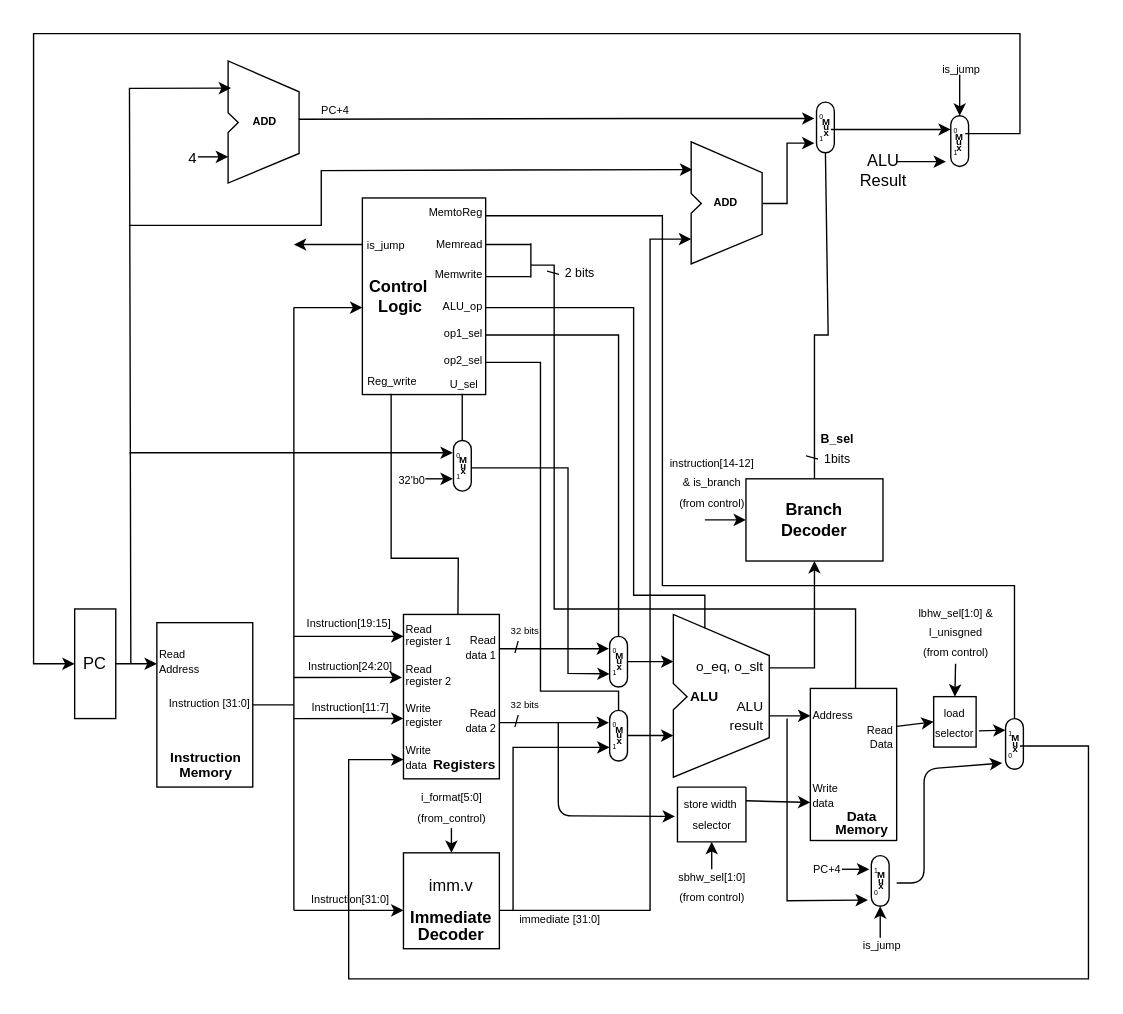
The draw.io diagram project3/RV32I_single_cycle.drawio in zeninchen/ece552_three_core, before the edit. Source tidied: cells renumbered, new cells numbered last; positions are measured from the earlier drawing's top-left corner, leaving out a move shared by most shapes. Both pictures are drawn from the tidied source at 137%, with x=0, y=0 at pixel (33, 33).
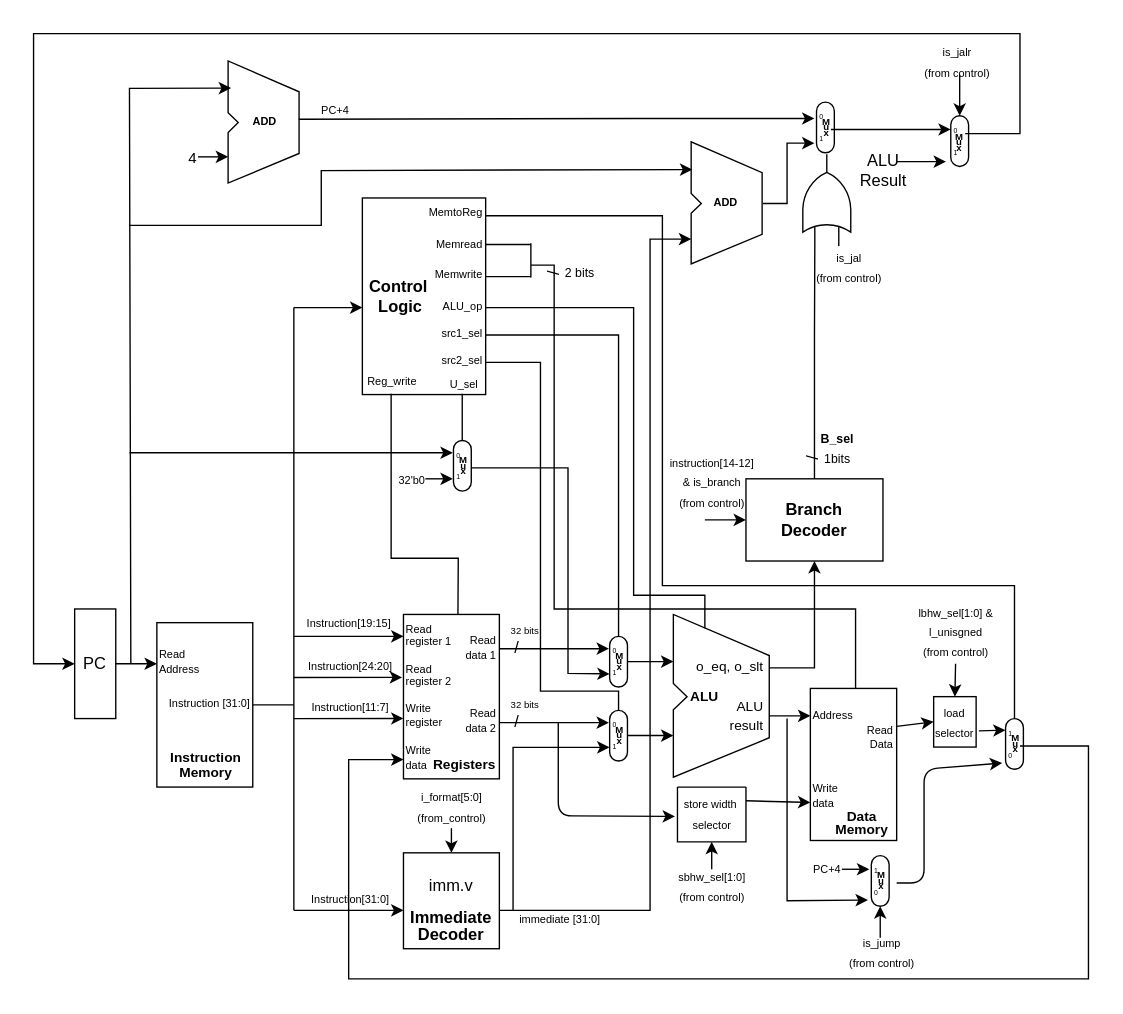
After the change.

The change refers to these unchanged cells:
```xml
<mxCell id="64" value="&lt;div style=&quot;line-height: 0%;&quot;&gt;&lt;div&gt;&lt;span style=&quot;font-size: 5px;&quot;&gt;&lt;br&gt;&lt;/span&gt;&lt;/div&gt;&lt;div&gt;&lt;span style=&quot;font-size: 5px;&quot;&gt;0&lt;/span&gt;&lt;/div&gt;&lt;div&gt;&lt;span style=&quot;font-size: 5px;&quot;&gt;&lt;br&gt;&lt;/span&gt;&lt;/div&gt;&lt;div&gt;&lt;span style=&quot;font-size: 5px;&quot;&gt;&lt;br&gt;&lt;/span&gt;&lt;/div&gt;&lt;div&gt;&lt;span style=&quot;font-size: 5px;&quot;&gt;&lt;br&gt;&lt;/span&gt;&lt;/div&gt;&lt;div&gt;&lt;br&gt;&lt;/div&gt;&lt;div&gt;&lt;span style=&quot;font-size: 5px;&quot;&gt;&lt;br&gt;&lt;/span&gt;&lt;/div&gt;&lt;div&gt;&lt;span style=&quot;font-size: 5px;&quot;&gt;&lt;br&gt;&lt;/span&gt;&lt;/div&gt;&lt;div&gt;&lt;br&gt;&lt;/div&gt;&lt;div&gt;&lt;div&gt;&lt;span style=&quot;font-size: 5px;&quot;&gt;&lt;br&gt;&lt;/span&gt;&lt;/div&gt;&lt;div&gt;&lt;span style=&quot;font-size: 5px;&quot;&gt;&lt;br&gt;&lt;/span&gt;&lt;/div&gt;&lt;div&gt;&lt;span style=&quot;font-size: 5px;&quot;&gt;1&lt;/span&gt;&lt;/div&gt;&lt;/div&gt;&lt;div&gt;&lt;span style=&quot;font-size: 5px;&quot;&gt;&lt;br&gt;&lt;/span&gt;&lt;/div&gt;&lt;div&gt;&lt;span style=&quot;font-size: 5px;&quot;&gt;&lt;br&gt;&lt;/span&gt;&lt;/div&gt;&lt;/div&gt;" style="rounded=1;whiteSpace=wrap;html=1;fillColor=none;arcSize=50;align=left;" parent="63" vertex="1">
  <mxGeometry x="12.5" width="13" height="37" as="geometry" />
</mxCell>
<mxCell id="68" value="&lt;b&gt;Branch&lt;/b&gt;&lt;div&gt;&lt;b&gt;Decoder&lt;/b&gt;&lt;/div&gt;" style="rounded=0;whiteSpace=wrap;html=1;fillColor=none;" parent="1" vertex="1">
  <mxGeometry x="520" y="325" width="100" height="60" as="geometry" />
</mxCell>
```

Diff of the diagram source:
```diff
@@
-    <mxCell id="69" style="endArrow=none;html=1;rounded=0;exitX=0.5;exitY=0;exitDx=0;exitDy=0;entryX=0.5;entryY=1;entryDx=0;entryDy=0;" parent="1" edge="1" source="68" target="64">
+    <mxCell id="69" style="endArrow=none;html=1;rounded=0;exitX=0.5;exitY=0;exitDx=0;exitDy=0;entryX=0;entryY=0.25;entryDx=0;entryDy=0;entryPerimeter=0;" parent="1" edge="1" source="68" target="125">
       <mxGeometry relative="1" as="geometry">
         <Array as="points">
           <mxPoint x="570" y="220" />
-          <mxPoint x="580" y="220" />
         </Array>
       </mxGeometry>
     </mxCell>
@@
-    <mxCell id="84" value="&lt;div style=&quot;line-height: 170%;&quot;&gt;&lt;font style=&quot;font-size: 8px; line-height: 170%;&quot;&gt;&lt;br&gt;&lt;/font&gt;&lt;/div&gt;&lt;div style=&quot;line-height: 170%;&quot;&gt;&lt;span style=&quot;font-size: 8px;&quot;&gt;MemtoReg&lt;/span&gt;&lt;/div&gt;&lt;div style=&quot;line-height: 170%;&quot;&gt;&lt;span style=&quot;font-size: 8px;&quot;&gt;Memread&lt;/span&gt;&lt;/div&gt;&lt;div style=&quot;line-height: 170%;&quot;&gt;&lt;span style=&quot;font-size: 8px;&quot;&gt;Memwrite&lt;/span&gt;&lt;/div&gt;&lt;div style=&quot;line-height: 170%;&quot;&gt;&lt;font style=&quot;font-size: 8px; line-height: 170%;&quot;&gt;ALU_op&lt;/font&gt;&lt;/div&gt;&lt;div style=&quot;line-height: 170%;&quot;&gt;&lt;font style=&quot;font-size: 8px; line-height: 170%;&quot;&gt;op1_sel&lt;/font&gt;&lt;div&gt;&lt;font style=&quot;font-size: 8px; line-height: 170%;&quot;&gt;op2_sel&lt;/font&gt;&lt;/div&gt;&lt;div&gt;&lt;br&gt;&lt;/div&gt;&lt;/div&gt;" style="text;html=1;align=right;verticalAlign=middle;whiteSpace=wrap;rounded=0;" parent="1" vertex="1">
+    <mxCell id="84" value="&lt;div style=&quot;line-height: 170%;&quot;&gt;&lt;font style=&quot;font-size: 8px; line-height: 170%;&quot;&gt;&lt;br&gt;&lt;/font&gt;&lt;/div&gt;&lt;div style=&quot;line-height: 170%;&quot;&gt;&lt;span style=&quot;font-size: 8px;&quot;&gt;MemtoReg&lt;/span&gt;&lt;/div&gt;&lt;div style=&quot;line-height: 170%;&quot;&gt;&lt;span style=&quot;font-size: 8px;&quot;&gt;Memread&lt;/span&gt;&lt;/div&gt;&lt;div style=&quot;line-height: 170%;&quot;&gt;&lt;span style=&quot;font-size: 8px;&quot;&gt;Memwrite&lt;/span&gt;&lt;/div&gt;&lt;div style=&quot;line-height: 170%;&quot;&gt;&lt;font style=&quot;font-size: 8px; line-height: 170%;&quot;&gt;ALU_op&lt;/font&gt;&lt;/div&gt;&lt;div style=&quot;line-height: 170%;&quot;&gt;&lt;font style=&quot;font-size: 8px; line-height: 170%;&quot;&gt;src1_sel&lt;/font&gt;&lt;div&gt;&lt;font style=&quot;font-size: 8px; line-height: 170%;&quot;&gt;src2_sel&lt;/font&gt;&lt;/div&gt;&lt;div&gt;&lt;br&gt;&lt;/div&gt;&lt;/div&gt;" style="text;html=1;align=right;verticalAlign=middle;whiteSpace=wrap;rounded=0;" parent="1" vertex="1">
       <mxGeometry x="230" y="147" width="100" height="73" as="geometry" />
     </mxCell>
@@
-    <mxCell id="96" style="endArrow=classic;html=1;" parent="1" edge="1">
-      <mxGeometry relative="1" as="geometry">
-        <mxPoint x="240" y="154" as="sourcePoint" />
-        <mxPoint x="190" y="154" as="targetPoint" />
-      </mxGeometry>
-    </mxCell>
-    <mxCell id="97" value="&lt;font style=&quot;font-size: 8px;&quot;&gt;is_jump&lt;/font&gt;" style="text;html=1;align=center;verticalAlign=middle;strokeColor=none;fillColor=none;" parent="1" vertex="1">
-      <mxGeometry x="232" y="139" width="50" height="30" as="geometry" />
-    </mxCell>
@@
-    <mxCell id="99" value="&lt;font style=&quot;font-size: 8px;&quot;&gt;is_jump&lt;/font&gt;" style="text;html=1;align=center;verticalAlign=middle;strokeColor=none;fillColor=none;" parent="1" vertex="1">
-      <mxGeometry x="652" y="10" width="50" height="30" as="geometry" />
+    <mxCell id="99" value="&lt;font style=&quot;font-size: 8px;&quot;&gt;is_jalr&lt;/font&gt;&lt;div&gt;&lt;font style=&quot;font-size: 8px;&quot;&gt;(from control)&lt;/font&gt;&lt;/div&gt;" style="text;html=1;align=center;verticalAlign=middle;strokeColor=none;fillColor=none;" parent="1" vertex="1">
+      <mxGeometry x="639" width="70" height="40" as="geometry" />
     </mxCell>
@@
-    <mxCell id="109" value="&lt;font style=&quot;font-size: 8px;&quot;&gt;is_jump&lt;/font&gt;" style="text;html=1;align=center;verticalAlign=middle;strokeColor=none;fillColor=none;" parent="1" vertex="1">
-      <mxGeometry x="594" y="650" width="50" height="30" as="geometry" />
+    <mxCell id="109" value="&lt;font style=&quot;font-size: 8px;&quot;&gt;is_jump&lt;/font&gt;&lt;div&gt;&lt;font style=&quot;font-size: 8px;&quot;&gt;(from control)&lt;/font&gt;&lt;/div&gt;" style="text;html=1;align=center;verticalAlign=middle;strokeColor=none;fillColor=none;" parent="1" vertex="1">
+      <mxGeometry x="584" y="650" width="70" height="40" as="geometry" />
     </mxCell>
@@
+    <mxCell id="125" style="verticalLabelPosition=bottom;shadow=0;dashed=0;align=center;html=1;verticalAlign=top;shape=mxgraph.electrical.logic_gates.logic_gate;operation=or;rotation=-90;" parent="1" vertex="1">
+      <mxGeometry x="545.5" y="104" width="67" height="35" as="geometry" />
+    </mxCell>
+    <mxCell id="126" value="&lt;font style=&quot;font-size: 8px;&quot;&gt;is_jal&lt;/font&gt;&lt;div&gt;&lt;font style=&quot;font-size: 8px;&quot;&gt;(from control)&lt;/font&gt;&lt;/div&gt;" style="text;html=1;align=center;verticalAlign=middle;strokeColor=none;fillColor=none;" parent="1" vertex="1">
+      <mxGeometry x="560" y="150" width="70" height="40" as="geometry" />
+    </mxCell>
```
